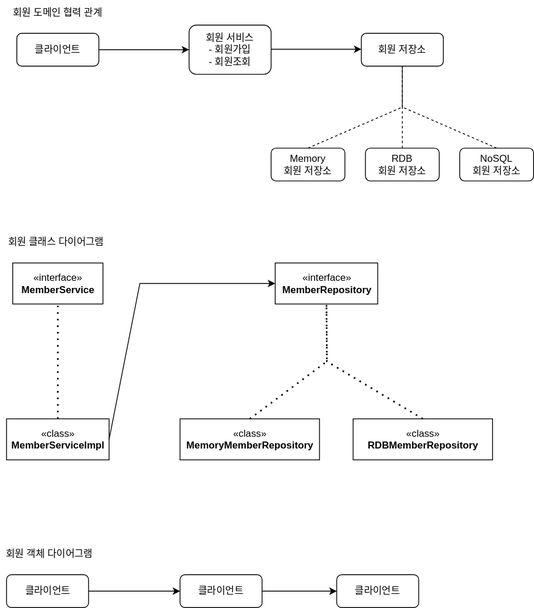
Above: document/whatisspring/what_is_spring.svg in roy-zz/spring (draw.io), before the change. Source tidied: cells renumbered, new cells last; positions are measured from the earlier drawing's top-left corner, leaving out a move shared by most shapes.
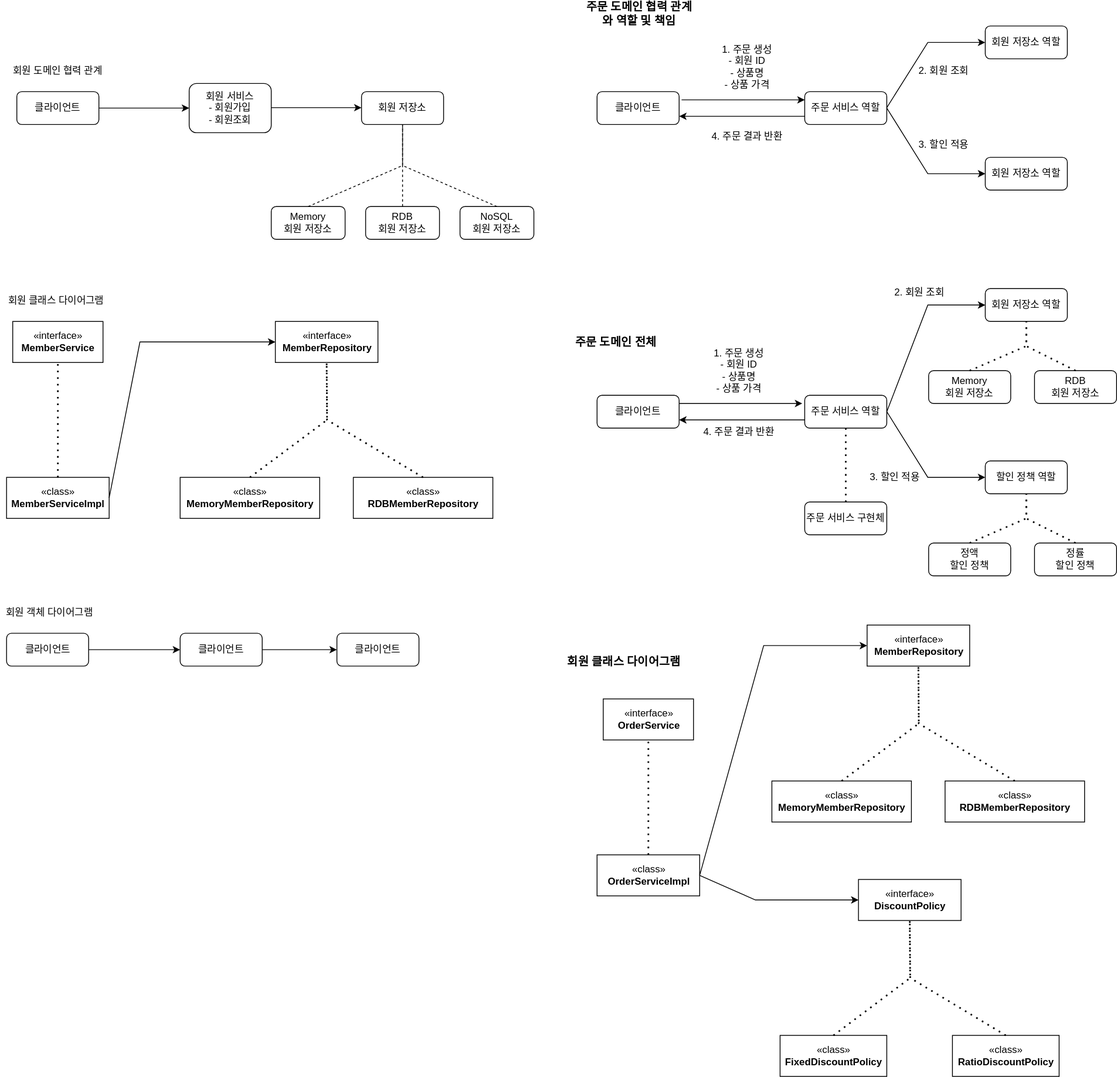
Later version of the same file.

Commit message:
add what is spring

What changed in the source:
```diff
@@ -114,5 +114,224 @@
     <mxCell id="29" value="회원 도메인 협력 관계" style="text;html=1;strokeColor=none;fillColor=none;align=center;verticalAlign=middle;whiteSpace=wrap;rounded=0;" parent="1" vertex="1">
       <mxGeometry x="10" width="120" height="30" as="geometry" />
     </mxCell>
+    <mxCell id="30" value="클라이언트" style="rounded=1;whiteSpace=wrap;html=1;" parent="1" vertex="1">
+      <mxGeometry x="727" y="40" width="100" height="40" as="geometry" />
+    </mxCell>
+    <mxCell id="31" value="주문 서비스 역할" style="rounded=1;whiteSpace=wrap;html=1;" parent="1" vertex="1">
+      <mxGeometry x="980" y="40" width="100" height="40" as="geometry" />
+    </mxCell>
+    <mxCell id="32" style="endArrow=classic;html=1;rounded=0;entryX=0;entryY=0.25;entryDx=0;entryDy=0;" parent="1" edge="1" target="31">
+      <mxGeometry relative="1" as="geometry">
+        <mxPoint x="830" y="50" as="sourcePoint" />
+      </mxGeometry>
+    </mxCell>
+    <mxCell id="33" value="회원 저장소 역할" style="rounded=1;whiteSpace=wrap;html=1;" parent="1" vertex="1">
+      <mxGeometry x="1200" y="-40" width="100" height="40" as="geometry" />
+    </mxCell>
+    <mxCell id="34" style="endArrow=classic;html=1;rounded=0;exitX=1;exitY=0.5;exitDx=0;exitDy=0;entryX=0;entryY=0.5;entryDx=0;entryDy=0;" parent="1" edge="1" target="33">
+      <mxGeometry relative="1" as="geometry">
+        <mxPoint x="1080" y="59.5" as="sourcePoint" />
+        <Array as="points">
+          <mxPoint x="1130" y="-20" />
+        </Array>
+      </mxGeometry>
+    </mxCell>
+    <mxCell id="35" value="주문 도메인 협력 관계와 역할 및 책임" style="text;html=1;strokeColor=none;fillColor=none;align=center;verticalAlign=middle;whiteSpace=wrap;rounded=0;fontStyle=1;fontSize=14;" parent="1" vertex="1">
+      <mxGeometry x="707" y="-70" width="143" height="30" as="geometry" />
+    </mxCell>
+    <mxCell id="36" value="1. 주문 생성&lt;br&gt;- 회원 ID&lt;br&gt;- 상품명&lt;br&gt;- 상품 가격" style="text;html=1;strokeColor=none;fillColor=none;align=center;verticalAlign=middle;whiteSpace=wrap;rounded=0;" parent="1" vertex="1">
+      <mxGeometry x="850" y="-20" width="120" height="60" as="geometry" />
+    </mxCell>
+    <mxCell id="37" style="endArrow=classic;html=1;rounded=0;entryX=1;entryY=0.75;entryDx=0;entryDy=0;exitX=0;exitY=0.75;exitDx=0;exitDy=0;" parent="1" edge="1" source="31" target="30">
+      <mxGeometry relative="1" as="geometry" />
+    </mxCell>
+    <mxCell id="38" value="4. 주문 결과 반환" style="text;html=1;strokeColor=none;fillColor=none;align=center;verticalAlign=middle;whiteSpace=wrap;rounded=0;" parent="1" vertex="1">
+      <mxGeometry x="850" y="80" width="120" height="30" as="geometry" />
+    </mxCell>
+    <mxCell id="39" value="2. 회원 조회" style="text;html=1;strokeColor=none;fillColor=none;align=center;verticalAlign=middle;whiteSpace=wrap;rounded=0;" parent="1" vertex="1">
+      <mxGeometry x="1110" width="79" height="30" as="geometry" />
+    </mxCell>
+    <mxCell id="40" style="endArrow=classic;html=1;rounded=0;entryX=0;entryY=0.5;entryDx=0;entryDy=0;" parent="1" edge="1" target="41">
+      <mxGeometry relative="1" as="geometry">
+        <mxPoint x="1080" y="60" as="sourcePoint" />
+        <Array as="points">
+          <mxPoint x="1130" y="140" />
+        </Array>
+      </mxGeometry>
+    </mxCell>
+    <mxCell id="41" value="회원 저장소 역할" style="rounded=1;whiteSpace=wrap;html=1;" parent="1" vertex="1">
+      <mxGeometry x="1200" y="120" width="100" height="40" as="geometry" />
+    </mxCell>
+    <mxCell id="42" value="3. 할인 적용" style="text;html=1;strokeColor=none;fillColor=none;align=center;verticalAlign=middle;whiteSpace=wrap;rounded=0;" parent="1" vertex="1">
+      <mxGeometry x="1110" y="90" width="79" height="30" as="geometry" />
+    </mxCell>
+    <mxCell id="43" value="주문 도메인 전체" style="text;html=1;strokeColor=none;fillColor=none;align=center;verticalAlign=middle;whiteSpace=wrap;rounded=0;fontStyle=1;fontSize=14;" parent="1" vertex="1">
+      <mxGeometry x="690" y="330" width="120" height="30" as="geometry" />
+    </mxCell>
+    <mxCell id="44" value="클라이언트" style="rounded=1;whiteSpace=wrap;html=1;" parent="1" vertex="1">
+      <mxGeometry x="727" y="410" width="100" height="40" as="geometry" />
+    </mxCell>
+    <mxCell id="45" value="주문 서비스 역할" style="rounded=1;whiteSpace=wrap;html=1;" parent="1" vertex="1">
+      <mxGeometry x="980" y="410" width="100" height="40" as="geometry" />
+    </mxCell>
+    <mxCell id="46" value="주문 서비스 구현체" style="rounded=1;whiteSpace=wrap;html=1;" parent="1" vertex="1">
+      <mxGeometry x="980" y="540" width="100" height="40" as="geometry" />
+    </mxCell>
+    <mxCell id="47" style="endArrow=none;dashed=1;html=1;dashPattern=1 3;strokeWidth=2;rounded=0;exitX=0.5;exitY=0;exitDx=0;exitDy=0;entryX=0.5;entryY=1;entryDx=0;entryDy=0;" parent="1" edge="1" source="46" target="45">
+      <mxGeometry relative="1" as="geometry" />
+    </mxCell>
+    <mxCell id="48" style="endArrow=classic;html=1;rounded=0;entryX=0;entryY=0.25;entryDx=0;entryDy=0;" parent="1" edge="1">
+      <mxGeometry relative="1" as="geometry">
+        <mxPoint x="827" y="420" as="sourcePoint" />
+        <mxPoint x="977" y="420" as="targetPoint" />
+      </mxGeometry>
+    </mxCell>
+    <mxCell id="49" style="endArrow=classic;html=1;rounded=0;entryX=1;entryY=0.75;entryDx=0;entryDy=0;exitX=0;exitY=0.75;exitDx=0;exitDy=0;" parent="1" edge="1" source="45" target="44">
+      <mxGeometry relative="1" as="geometry" />
+    </mxCell>
+    <mxCell id="50" value="4. 주문 결과 반환" style="text;html=1;strokeColor=none;fillColor=none;align=center;verticalAlign=middle;whiteSpace=wrap;rounded=0;" parent="1" vertex="1">
+      <mxGeometry x="840" y="440" width="120" height="30" as="geometry" />
+    </mxCell>
+    <mxCell id="51" value="1. 주문 생성&lt;br&gt;- 회원 ID&lt;br&gt;- 상품명&lt;br&gt;- 상품 가격" style="text;html=1;strokeColor=none;fillColor=none;align=center;verticalAlign=middle;whiteSpace=wrap;rounded=0;" parent="1" vertex="1">
+      <mxGeometry x="840" y="350" width="120" height="60" as="geometry" />
+    </mxCell>
+    <mxCell id="52" value="회원 저장소 역할" style="rounded=1;whiteSpace=wrap;html=1;" parent="1" vertex="1">
+      <mxGeometry x="1200" y="280" width="100" height="40" as="geometry" />
+    </mxCell>
+    <mxCell id="53" value="Memory&lt;br&gt;회원 저장소" style="rounded=1;whiteSpace=wrap;html=1;" parent="1" vertex="1">
+      <mxGeometry x="1131" y="380" width="100" height="40" as="geometry" />
+    </mxCell>
+    <mxCell id="54" value="RDB&lt;br&gt;회원 저장소" style="rounded=1;whiteSpace=wrap;html=1;" parent="1" vertex="1">
+      <mxGeometry x="1260" y="380" width="100" height="40" as="geometry" />
+    </mxCell>
+    <mxCell id="55" style="endArrow=classic;html=1;rounded=0;entryX=0;entryY=0.5;entryDx=0;entryDy=0;exitX=1;exitY=0.5;exitDx=0;exitDy=0;" parent="1" edge="1" source="45" target="52">
+      <mxGeometry relative="1" as="geometry">
+        <Array as="points">
+          <mxPoint x="1130" y="300" />
+        </Array>
+      </mxGeometry>
+    </mxCell>
+    <mxCell id="56" value="2. 회원 조회" style="text;html=1;strokeColor=none;fillColor=none;align=center;verticalAlign=middle;whiteSpace=wrap;rounded=0;" parent="1" vertex="1">
+      <mxGeometry x="1060" y="270" width="120" height="30" as="geometry" />
+    </mxCell>
+    <mxCell id="57" style="endArrow=none;dashed=1;html=1;dashPattern=1 3;strokeWidth=2;rounded=0;exitX=0.5;exitY=0;exitDx=0;exitDy=0;entryX=0.5;entryY=1;entryDx=0;entryDy=0;" parent="1" edge="1" source="53" target="52">
+      <mxGeometry relative="1" as="geometry">
+        <Array as="points">
+          <mxPoint x="1250" y="350" />
+        </Array>
+      </mxGeometry>
+    </mxCell>
+    <mxCell id="58" style="endArrow=none;dashed=1;html=1;dashPattern=1 3;strokeWidth=2;rounded=0;exitX=0.5;exitY=0;exitDx=0;exitDy=0;entryX=0.5;entryY=1;entryDx=0;entryDy=0;" parent="1" edge="1" source="54" target="52">
+      <mxGeometry relative="1" as="geometry">
+        <Array as="points">
+          <mxPoint x="1250" y="350" />
+        </Array>
+      </mxGeometry>
+    </mxCell>
+    <mxCell id="59" value="할인 정책 역할" style="rounded=1;whiteSpace=wrap;html=1;" parent="1" vertex="1">
+      <mxGeometry x="1200" y="490" width="100" height="40" as="geometry" />
+    </mxCell>
+    <mxCell id="60" value="정액&lt;br&gt;할인 정책" style="rounded=1;whiteSpace=wrap;html=1;" parent="1" vertex="1">
+      <mxGeometry x="1131" y="590" width="100" height="40" as="geometry" />
+    </mxCell>
+    <mxCell id="61" value="정률&lt;br&gt;할인 정책" style="rounded=1;whiteSpace=wrap;html=1;" parent="1" vertex="1">
+      <mxGeometry x="1260" y="590" width="100" height="40" as="geometry" />
+    </mxCell>
+    <mxCell id="62" style="endArrow=none;dashed=1;html=1;dashPattern=1 3;strokeWidth=2;rounded=0;exitX=0.5;exitY=0;exitDx=0;exitDy=0;entryX=0.5;entryY=1;entryDx=0;entryDy=0;" parent="1" edge="1" source="60" target="59">
+      <mxGeometry relative="1" as="geometry">
+        <Array as="points">
+          <mxPoint x="1250" y="560" />
+        </Array>
+      </mxGeometry>
+    </mxCell>
+    <mxCell id="63" style="endArrow=none;dashed=1;html=1;dashPattern=1 3;strokeWidth=2;rounded=0;exitX=0.5;exitY=0;exitDx=0;exitDy=0;entryX=0.5;entryY=1;entryDx=0;entryDy=0;" parent="1" edge="1" source="61" target="59">
+      <mxGeometry relative="1" as="geometry">
+        <Array as="points">
+          <mxPoint x="1250" y="560" />
+        </Array>
+      </mxGeometry>
+    </mxCell>
+    <mxCell id="64" style="endArrow=classic;html=1;rounded=0;entryX=0;entryY=0.5;entryDx=0;entryDy=0;exitX=1;exitY=0.5;exitDx=0;exitDy=0;" parent="1" edge="1" source="45" target="59">
+      <mxGeometry relative="1" as="geometry">
+        <Array as="points">
+          <mxPoint x="1130" y="510" />
+        </Array>
+      </mxGeometry>
+    </mxCell>
+    <mxCell id="65" value="3. 할인 적용" style="text;html=1;strokeColor=none;fillColor=none;align=center;verticalAlign=middle;whiteSpace=wrap;rounded=0;" parent="1" vertex="1">
+      <mxGeometry x="1030" y="495" width="120" height="30" as="geometry" />
+    </mxCell>
+    <mxCell id="66" value="«interface»&lt;br&gt;&lt;b&gt;OrderService&lt;/b&gt;" style="html=1;" parent="1" vertex="1">
+      <mxGeometry x="734.5" y="780" width="110" height="50" as="geometry" />
+    </mxCell>
+    <mxCell id="67" value="«class»&lt;br&gt;&lt;b&gt;OrderServiceImpl&lt;/b&gt;" style="html=1;" parent="1" vertex="1">
+      <mxGeometry x="727" y="970" width="125" height="50" as="geometry" />
+    </mxCell>
+    <mxCell id="68" style="endArrow=none;dashed=1;html=1;dashPattern=1 3;strokeWidth=2;rounded=0;exitX=0.5;exitY=0;exitDx=0;exitDy=0;entryX=0.5;entryY=1;entryDx=0;entryDy=0;" parent="1" edge="1" source="67" target="66">
+      <mxGeometry relative="1" as="geometry" />
+    </mxCell>
+    <mxCell id="69" value="«interface»&lt;br&gt;&lt;b&gt;MemberRepository&lt;/b&gt;" style="html=1;" parent="1" vertex="1">
+      <mxGeometry x="1056" y="690" width="125" height="50" as="geometry" />
+    </mxCell>
+    <mxCell id="70" value="«class»&lt;br&gt;&lt;b&gt;MemoryMemberRepository&lt;/b&gt;" style="html=1;" parent="1" vertex="1">
+      <mxGeometry x="940" y="880" width="170" height="50" as="geometry" />
+    </mxCell>
+    <mxCell id="71" value="«class»&lt;br&gt;&lt;b&gt;RDBMemberRepository&lt;/b&gt;" style="html=1;" parent="1" vertex="1">
+      <mxGeometry x="1151" y="880" width="170" height="50" as="geometry" />
+    </mxCell>
+    <mxCell id="72" style="endArrow=classic;html=1;rounded=0;exitX=1;exitY=0.5;exitDx=0;exitDy=0;entryX=0;entryY=0.5;entryDx=0;entryDy=0;" parent="1" edge="1" source="67" target="69">
+      <mxGeometry relative="1" as="geometry">
+        <Array as="points">
+          <mxPoint x="930" y="715" />
+        </Array>
+      </mxGeometry>
+    </mxCell>
+    <mxCell id="73" style="endArrow=none;dashed=1;html=1;dashPattern=1 3;strokeWidth=2;rounded=0;exitX=0.5;exitY=0;exitDx=0;exitDy=0;entryX=0.5;entryY=1;entryDx=0;entryDy=0;" parent="1" edge="1" source="70" target="69">
+      <mxGeometry relative="1" as="geometry">
+        <Array as="points">
+          <mxPoint x="1119" y="810" />
+        </Array>
+      </mxGeometry>
+    </mxCell>
+    <mxCell id="74" style="endArrow=none;dashed=1;html=1;dashPattern=1 3;strokeWidth=2;rounded=0;exitX=0.5;exitY=0;exitDx=0;exitDy=0;entryX=0.5;entryY=1;entryDx=0;entryDy=0;" parent="1" edge="1" source="71" target="69">
+      <mxGeometry relative="1" as="geometry">
+        <Array as="points">
+          <mxPoint x="1119" y="810" />
+        </Array>
+      </mxGeometry>
+    </mxCell>
+    <mxCell id="75" value="회원 클래스 다이어그램" style="text;html=1;strokeColor=none;fillColor=none;align=center;verticalAlign=middle;whiteSpace=wrap;rounded=0;fontStyle=1;fontSize=14;" parent="1" vertex="1">
+      <mxGeometry x="690" y="720" width="140" height="30" as="geometry" />
+    </mxCell>
+    <mxCell id="76" value="«interface»&lt;br&gt;&lt;b&gt;DiscountPolicy&lt;/b&gt;" style="html=1;" parent="1" vertex="1">
+      <mxGeometry x="1045.5" y="1000" width="125" height="50" as="geometry" />
+    </mxCell>
+    <mxCell id="77" value="«class»&lt;br&gt;&lt;b&gt;FixedDiscountPolicy&lt;/b&gt;" style="html=1;" parent="1" vertex="1">
+      <mxGeometry x="950" y="1190" width="130" height="50" as="geometry" />
+    </mxCell>
+    <mxCell id="78" value="«class»&lt;br&gt;&lt;b&gt;RatioDiscountPolicy&lt;/b&gt;" style="html=1;" parent="1" vertex="1">
+      <mxGeometry x="1160" y="1190" width="130" height="50" as="geometry" />
+    </mxCell>
+    <mxCell id="79" style="endArrow=none;dashed=1;html=1;dashPattern=1 3;strokeWidth=2;rounded=0;exitX=0.5;exitY=0;exitDx=0;exitDy=0;entryX=0.5;entryY=1;entryDx=0;entryDy=0;" parent="1" edge="1" source="77" target="76">
+      <mxGeometry relative="1" as="geometry">
+        <Array as="points">
+          <mxPoint x="1108.5" y="1120" />
+        </Array>
+      </mxGeometry>
+    </mxCell>
+    <mxCell id="80" style="endArrow=none;dashed=1;html=1;dashPattern=1 3;strokeWidth=2;rounded=0;exitX=0.5;exitY=0;exitDx=0;exitDy=0;entryX=0.5;entryY=1;entryDx=0;entryDy=0;" parent="1" edge="1" source="78" target="76">
+      <mxGeometry relative="1" as="geometry">
+        <Array as="points">
+          <mxPoint x="1108.5" y="1120" />
+        </Array>
+      </mxGeometry>
+    </mxCell>
+    <mxCell id="81" style="endArrow=classic;html=1;rounded=0;exitX=1;exitY=0.5;exitDx=0;exitDy=0;entryX=0;entryY=0.5;entryDx=0;entryDy=0;" parent="1" edge="1" source="67" target="76">
+      <mxGeometry relative="1" as="geometry">
+        <Array as="points">
+          <mxPoint x="920" y="1025" />
+        </Array>
+      </mxGeometry>
+    </mxCell>
   </root>
 </mxGraphModel>
```
